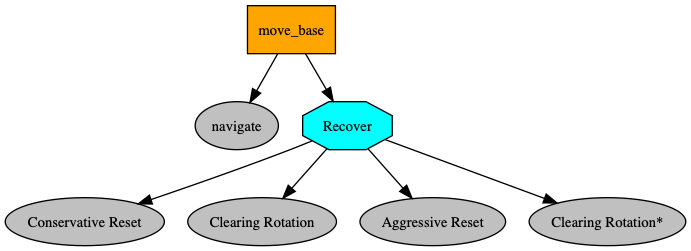
Earlier version of the Graphviz export move_base.png (campusrover/rpsros). Its source is kept beside it as move_base.dot.
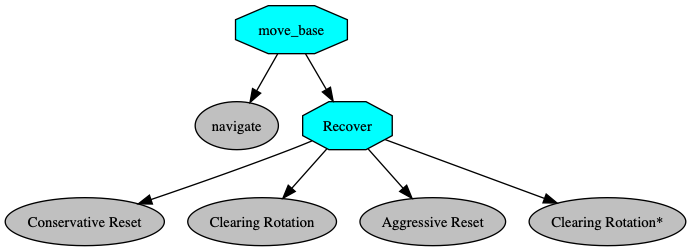
After the commit.

Diff of the diagram source:
```diff
@@ -2,7 +2,7 @@
 graph [fontname="times-roman"];
 node [fontname="times-roman"];
 edge [fontname="times-roman"];
-move_base [fillcolor=orange, fontcolor=black, fontsize=11, shape=box, style=filled];
+move_base [fillcolor=cyan, fontcolor=black, fontsize=11, shape=octagon, style=filled];
 navigate [fillcolor=gray, fontcolor=black, fontsize=11, shape=ellipse, style=filled];
 move_base -> navigate;
 Recover [fillcolor=cyan, fontcolor=black, fontsize=11, shape=octagon, style=filled];
```
